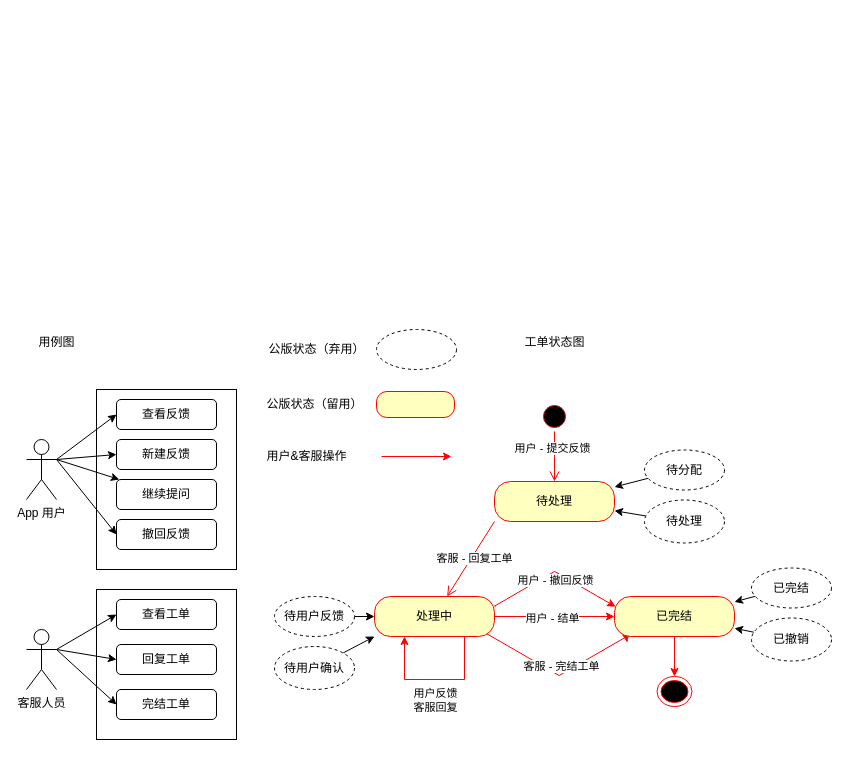
Earlier version of the draw.io diagram Cube3.0.drawio (Sidamor/drawio). Source tidied: cells renumbered, new cells numbered last; positions are measured from the earlier drawing's top-left corner, leaving out a move shared by most shapes. Both pictures are drawn from the tidied source at 100%, with x=0, y=0 at pixel (26, 327).
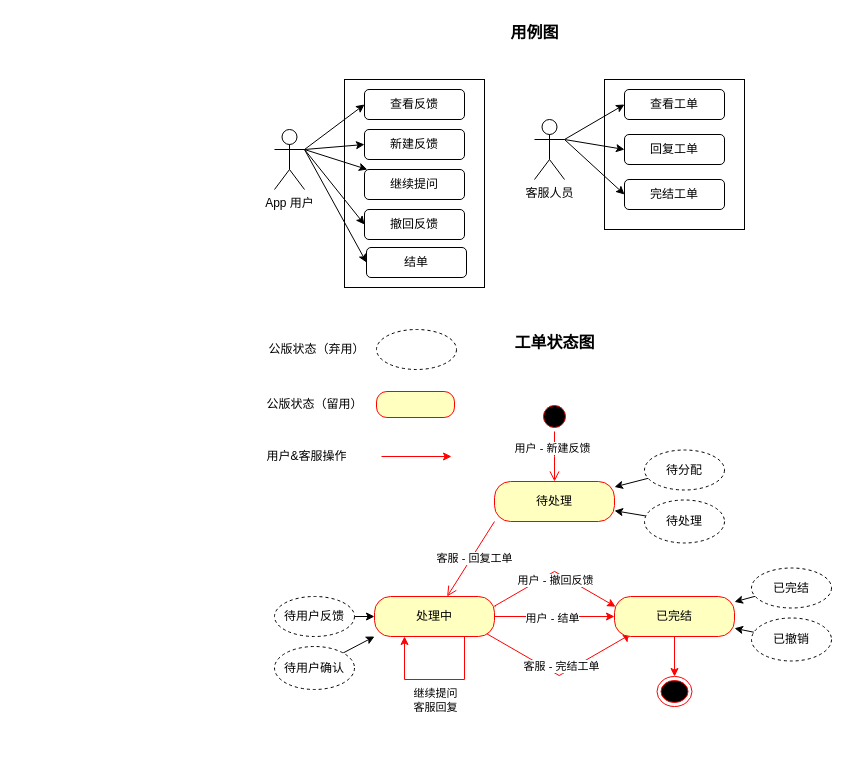
Above is the later version.

Unchanged cells that the change refers to:
```xml
<mxCell id="22" style="edgeStyle=orthogonalEdgeStyle;html=1;verticalAlign=bottom;endArrow=open;endSize=8;strokeColor=#ff0000;rounded=0;" parent="1" edge="1" source="21">
  <mxGeometry relative="1" as="geometry">
    <mxPoint x="528" y="154" as="targetPoint" />
  </mxGeometry>
</mxCell>
<mxCell id="42" style="edgeStyle=orthogonalEdgeStyle;rounded=0;orthogonalLoop=1;jettySize=auto;html=1;exitX=0.75;exitY=1;exitDx=0;exitDy=0;entryX=0.25;entryY=1;entryDx=0;entryDy=0;strokeColor=#FF0000;" parent="1" edge="1" source="35" target="35">
  <mxGeometry relative="1" as="geometry">
    <Array as="points">
      <mxPoint x="438" y="352" />
      <mxPoint x="378" y="352" />
    </Array>
  </mxGeometry>
</mxCell>
```

Change to the diagram source:
```diff
@@
     <mxCell id="2" style="rounded=0;whiteSpace=wrap;html=1;" parent="1" vertex="1">
-      <mxGeometry x="70" y="262" width="140" height="150" as="geometry" />
+      <mxGeometry x="578" y="-248" width="140" height="150" as="geometry" />
     </mxCell>
     <mxCell id="3" style="rounded=0;whiteSpace=wrap;html=1;" parent="1" vertex="1">
-      <mxGeometry x="70" y="62" width="140" height="180" as="geometry" />
+      <mxGeometry x="318" y="-248" width="140" height="208" as="geometry" />
     </mxCell>
@@
+    <mxCell id="58" style="rounded=0;jettySize=auto;html=1;exitX=1;exitY=0.3333333333333333;exitDx=0;exitDy=0;exitPerimeter=0;entryX=0;entryY=0.5;entryDx=0;entryDy=0;" parent="1" edge="1" source="8" target="59">
+      <mxGeometry relative="1" as="geometry" />
+    </mxCell>
     <mxCell id="8" value="App 用户" style="shape=umlActor;verticalLabelPosition=bottom;verticalAlign=top;html=1;outlineConnect=0;" parent="1" vertex="1">
-      <mxGeometry y="112" width="30" height="60" as="geometry" />
+      <mxGeometry x="248" y="-198" width="30" height="60" as="geometry" />
     </mxCell>
@@
     <mxCell id="12" value="客服人员" style="shape=umlActor;verticalLabelPosition=bottom;verticalAlign=top;html=1;outlineConnect=0;" parent="1" vertex="1">
-      <mxGeometry y="302" width="30" height="60" as="geometry" />
+      <mxGeometry x="508" y="-208" width="30" height="60" as="geometry" />
     </mxCell>
     <mxCell id="13" value="查看反馈" style="rounded=1;whiteSpace=wrap;html=1;" parent="1" vertex="1">
-      <mxGeometry x="90" y="72" width="100" height="30" as="geometry" />
+      <mxGeometry x="338" y="-238" width="100" height="30" as="geometry" />
     </mxCell>
     <mxCell id="14" value="新建反馈" style="rounded=1;whiteSpace=wrap;html=1;" parent="1" vertex="1">
-      <mxGeometry x="90" y="112" width="100" height="30" as="geometry" />
+      <mxGeometry x="338" y="-198" width="100" height="30" as="geometry" />
     </mxCell>
     <mxCell id="15" value="继续提问" style="rounded=1;whiteSpace=wrap;html=1;" parent="1" vertex="1">
-      <mxGeometry x="90" y="152" width="100" height="30" as="geometry" />
+      <mxGeometry x="338" y="-158" width="100" height="30" as="geometry" />
     </mxCell>
     <mxCell id="16" value="撤回反馈" style="rounded=1;whiteSpace=wrap;html=1;" parent="1" vertex="1">
-      <mxGeometry x="90" y="192" width="100" height="30" as="geometry" />
+      <mxGeometry x="338" y="-118" width="100" height="30" as="geometry" />
     </mxCell>
     <mxCell id="17" value="查看工单" style="rounded=1;whiteSpace=wrap;html=1;" parent="1" vertex="1">
-      <mxGeometry x="90" y="272" width="100" height="30" as="geometry" />
+      <mxGeometry x="598" y="-238" width="100" height="30" as="geometry" />
     </mxCell>
     <mxCell id="18" value="回复工单" style="rounded=1;whiteSpace=wrap;html=1;" parent="1" vertex="1">
-      <mxGeometry x="90" y="317" width="100" height="30" as="geometry" />
+      <mxGeometry x="598" y="-193" width="100" height="30" as="geometry" />
     </mxCell>
     <mxCell id="19" value="完结工单" style="rounded=1;whiteSpace=wrap;html=1;" parent="1" vertex="1">
-      <mxGeometry x="90" y="362" width="100" height="30" as="geometry" />
+      <mxGeometry x="598" y="-148" width="100" height="30" as="geometry" />
     </mxCell>
@@
-    <mxCell id="23" value="用户 - 提交反馈" style="edgeLabel;html=1;align=center;verticalAlign=middle;" parent="22" vertex="1">
+    <mxCell id="23" value="用户 - 新建反馈" style="edgeLabel;html=1;align=center;verticalAlign=middle;" parent="22" vertex="1">
       <mxGeometry x="-0.37" y="-3" relative="1" as="geometry" />
     </mxCell>
@@
-    <mxCell id="27" value="用例图" style="text;html=1;align=center;verticalAlign=middle;strokeColor=none;fillColor=none;" parent="1" vertex="1">
-      <mxGeometry width="60" height="30" as="geometry" />
+    <mxCell id="27" value="用例图" style="text;html=1;align=center;verticalAlign=middle;strokeColor=none;fillColor=none;fontSize=16;fontStyle=1;" parent="1" vertex="1">
+      <mxGeometry x="473" y="-310" width="70" height="30" as="geometry" />
     </mxCell>
-    <mxCell id="28" value="工单状态图" style="text;html=1;align=center;verticalAlign=middle;strokeColor=none;fillColor=none;" parent="1" vertex="1">
-      <mxGeometry x="488" width="80" height="30" as="geometry" />
+    <mxCell id="28" value="工单状态图" style="text;html=1;align=center;verticalAlign=middle;strokeColor=none;fillColor=none;fontSize=16;fontStyle=1;" parent="1" vertex="1">
+      <mxGeometry x="478" width="100" height="30" as="geometry" />
     </mxCell>
@@
-    <mxCell id="43" value="用户反馈&lt;div&gt;客服回复&lt;/div&gt;" style="edgeLabel;html=1;align=center;verticalAlign=middle;" parent="42" vertex="1">
+    <mxCell id="43" value="&lt;div&gt;继续提问&lt;/div&gt;&lt;div&gt;客服回复&lt;/div&gt;" style="edgeLabel;html=1;align=center;verticalAlign=middle;" parent="42" vertex="1">
       <mxGeometry x="-0.2" relative="1" as="geometry">
         <mxPoint x="-15" y="20" as="offset" />
       </mxGeometry>
     </mxCell>
@@
+    <mxCell id="59" value="结单" style="rounded=1;whiteSpace=wrap;html=1;" parent="1" vertex="1">
+      <mxGeometry x="340" y="-80" width="100" height="30" as="geometry" />
+    </mxCell>
```
